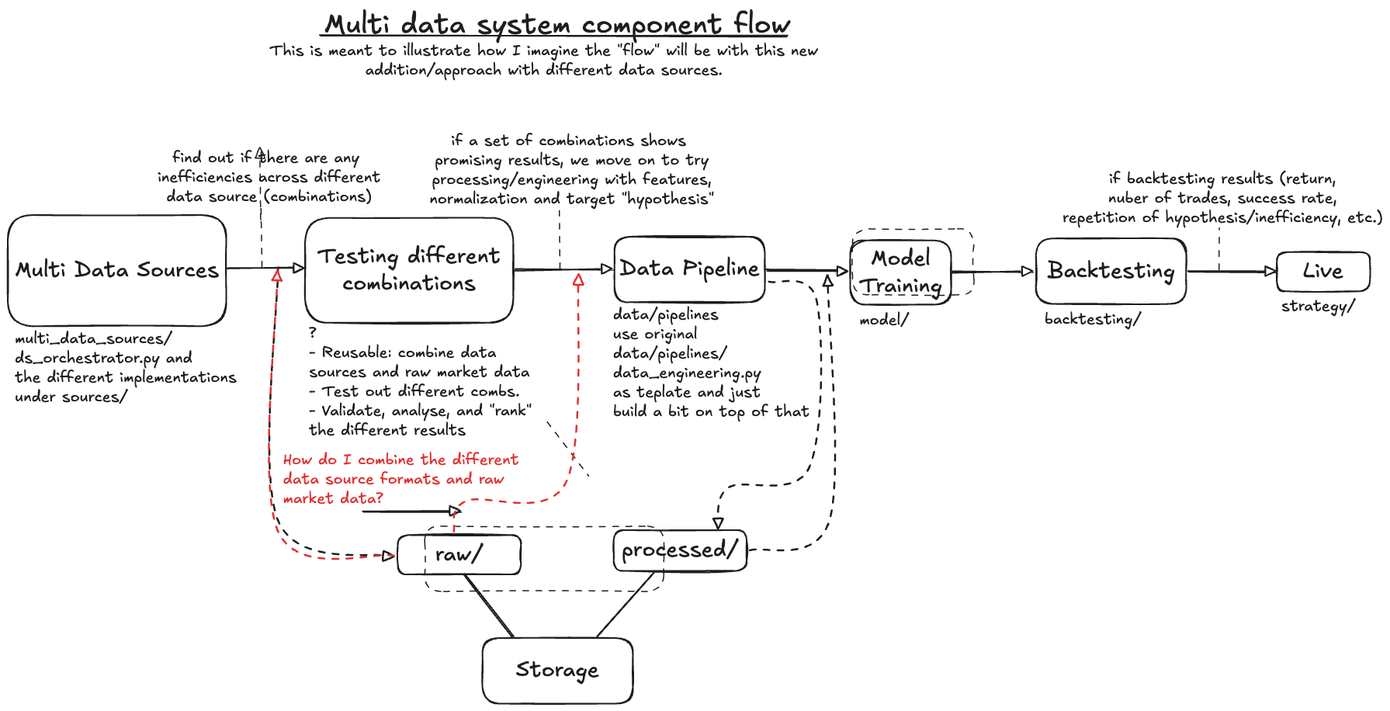
Above: excalidraw/multi_data_system_component_flow.excalidraw.png in DanielWestgaard/ml-pred (Excalidraw), before the change. Source tidied: one line per element, renumbered; positions are measured from the earlier drawing's top-left corner, leaving out a move shared by most shapes.
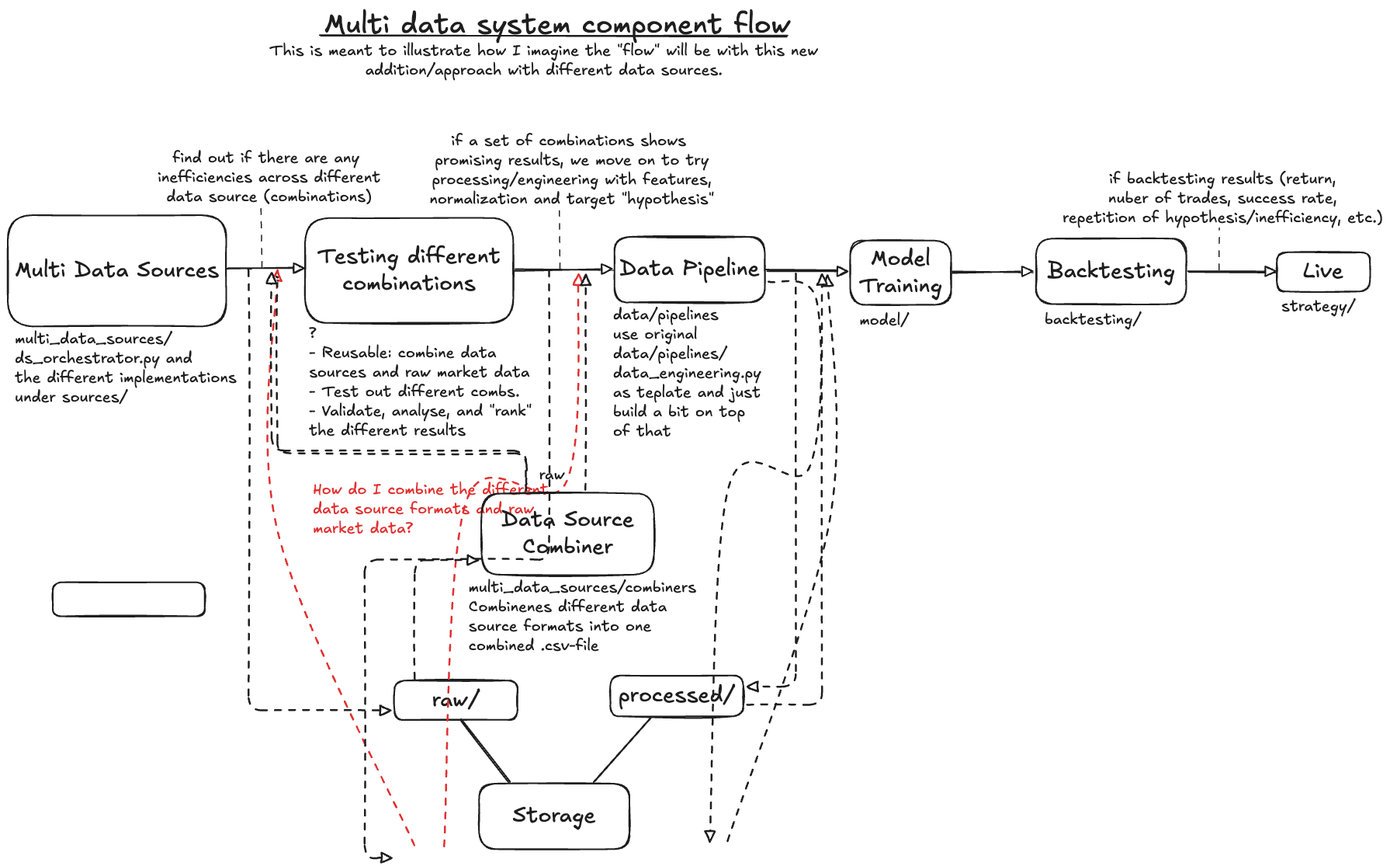
The same file after the commit.

What changed in the source:
```diff
@@ -26,20 +26,25 @@
 {"id": 25, "type": "line", "strokeColor": "#1e1e1e", "strokeWidth": 1, "strokeStyle": "dashed", "roughness": 1, "round": true, "x": 1560, "y": 338, "width": 0, "height": 56, "points": [[0, 0], [0, -56]]}
 {"id": 26, "type": "text", "text": "if backtesting results (return,\nnuber of trades, success rate,\nrepetition of hypothesis/inefficiency, etc.)", "strokeColor": "#1e1e1e", "strokeWidth": 1, "strokeStyle": "dashed", "roughness": 1, "fontSize": 20, "fontFamily": 5, "textAlign": "center", "x": 1359, "y": 208, "width": 413, "height": 75}
 {"id": 27, "type": "text", "text": "?\n- Reusable: combine data\nsources and raw market data\n- Test out different combs.\n- Validate, analyse, and \"rank\"\nthe different results ", "strokeColor": "#1e1e1e", "strokeWidth": 1, "strokeStyle": "dashed", "roughness": 1, "fontSize": 20, "fontFamily": 5, "x": 388, "y": 407, "width": 287, "height": 150}
-{"id": 28, "type": "text", "text": "data/pipelines\nuse original \ndata/pipelines/\ndata_engineering.py\nas teplate and just\nbuild a bit on top of that", "strokeColor": "#1e1e1e", "strokeWidth": 1, "strokeStyle": "dashed", "roughness": 1, "fontSize": 20, "fontFamily": 5, "x": 780, "y": 384, "width": 253, "height": 150}
+{"id": 28, "type": "text", "text": "data/pipelines\nuse original \ndata/pipelines/\ndata_engineering.py\nas teplate and just\nbuild a bit on top \nof that", "strokeColor": "#1e1e1e", "strokeWidth": 1, "strokeStyle": "dashed", "roughness": 1, "fontSize": 20, "fontFamily": 5, "x": 780, "y": 384, "width": 191, "height": 175}
 {"id": 29, "type": "text", "text": "model/", "strokeColor": "#1e1e1e", "strokeWidth": 1, "strokeStyle": "dashed", "roughness": 1, "fontSize": 20, "fontFamily": 5, "x": 1098, "y": 391, "width": 64, "height": 25}
 {"id": 30, "type": "text", "text": "backtesting/", "strokeColor": "#1e1e1e", "strokeWidth": 1, "strokeStyle": "dashed", "roughness": 1, "fontSize": 20, "fontFamily": 5, "x": 1336, "y": 389, "width": 125, "height": 25}
 {"id": 31, "type": "text", "text": "strategy/", "strokeColor": "#1e1e1e", "strokeWidth": 1, "strokeStyle": "dashed", "roughness": 1, "fontSize": 20, "fontFamily": 5, "x": 1641, "y": 372, "width": 96, "height": 25}
-{"id": 32, "type": "rectangle", "strokeColor": "#1e1e1e", "strokeWidth": 2, "roughness": 1, "round": true, "x": 612, "y": 812, "width": 194, "height": 84}
+{"id": 32, "type": "rectangle", "strokeColor": "#1e1e1e", "strokeWidth": 2, "roughness": 1, "round": true, "x": 607, "y": 999, "width": 194, "height": 84}
-{"id": 33, "type": "text", "text": "Storage", "strokeColor": "#1e1e1e", "strokeWidth": 2, "roughness": 1, "fontSize": 28, "fontFamily": 5, "textAlign": "center", "verticalAlign": "middle", "inside": 32, "x": 655, "y": 837, "width": 107, "height": 35}
+{"id": 33, "type": "text", "text": "Storage", "strokeColor": "#1e1e1e", "strokeWidth": 2, "roughness": 1, "fontSize": 28, "fontFamily": 5, "textAlign": "center", "verticalAlign": "middle", "inside": 32, "x": 651, "y": 1024, "width": 107, "height": 35}
-{"id": 34, "type": "line", "strokeColor": "#1e1e1e", "strokeWidth": 2, "roughness": 1, "round": true, "x": 651, "y": 811, "width": 63, "height": 81, "points": [[0, 0], [-63, -81]]}
+{"id": 34, "type": "line", "strokeColor": "#1e1e1e", "strokeWidth": 2, "roughness": 1, "round": true, "x": 647, "y": 998, "width": 63, "height": 81, "points": [[0, 0], [-63, -81]]}
-{"id": 35, "type": "rectangle", "strokeColor": "#1e1e1e", "strokeWidth": 2, "roughness": 1, "round": true, "x": 503, "y": 679, "width": 159, "height": 51}
+{"id": 35, "type": "rectangle", "strokeColor": "#1e1e1e", "strokeWidth": 2, "roughness": 1, "round": true, "x": 498, "y": 866, "width": 159, "height": 51}
-{"id": 36, "type": "text", "text": "raw/", "strokeColor": "#1e1e1e", "strokeWidth": 2, "roughness": 1, "fontSize": 28, "fontFamily": 5, "textAlign": "center", "verticalAlign": "middle", "inside": 35, "x": 551, "y": 687, "width": 62, "height": 35}
+{"id": 36, "type": "text", "text": "raw/", "strokeColor": "#1e1e1e", "strokeWidth": 2, "roughness": 1, "fontSize": 28, "fontFamily": 5, "textAlign": "center", "verticalAlign": "middle", "inside": 35, "x": 547, "y": 874, "width": 62, "height": 35}
-{"id": 37, "type": "line", "strokeColor": "#1e1e1e", "strokeWidth": 2, "roughness": 1, "round": true, "x": 760, "y": 810, "width": 72, "height": 82, "points": [[0, 0], [72, -82]]}
+{"id": 37, "type": "line", "strokeColor": "#1e1e1e", "strokeWidth": 2, "roughness": 1, "round": true, "x": 756, "y": 997, "width": 72, "height": 82, "points": [[0, 0], [72, -82]]}
-{"id": 38, "type": "rectangle", "strokeColor": "#1e1e1e", "strokeWidth": 2, "roughness": 1, "round": true, "x": 781, "y": 673, "width": 171, "height": 52}
+{"id": 38, "type": "rectangle", "strokeColor": "#1e1e1e", "strokeWidth": 2, "roughness": 1, "round": true, "x": 776, "y": 860, "width": 171, "height": 52}
-{"id": 39, "type": "text", "text": "processed/", "strokeColor": "#1e1e1e", "strokeWidth": 2, "roughness": 1, "fontSize": 28, "fontFamily": 5, "textAlign": "center", "verticalAlign": "middle", "inside": 38, "x": 791, "y": 682, "width": 151, "height": 35}
+{"id": 39, "type": "text", "text": "processed/", "strokeColor": "#1e1e1e", "strokeWidth": 2, "roughness": 1, "fontSize": 28, "fontFamily": 5, "textAlign": "center", "verticalAlign": "middle", "inside": 38, "x": 787, "y": 869, "width": 151, "height": 35}
-{"id": 40, "type": "text", "text": "How do I combine the different\ndata source formats and raw\nmarket data?", "strokeColor": "#e03131", "strokeWidth": 2, "strokeStyle": "dashed", "roughness": 1, "fontSize": 20, "fontFamily": 5, "x": 355, "y": 570, "width": 304, "height": 75}
-{"id": 41, "type": "arrow", "strokeColor": "#e03131", "strokeWidth": 2, "strokeStyle": "dashed", "roughness": 1, "endArrowhead": "triangle_outline", "round": true, "from": 35, "x": 498, "y": 707, "width": 151, "height": 368, "points": [[0, 0], [-150, -33], [-151, -368]]}
-{"id": 42, "type": "arrow", "strokeColor": "#e03131", "strokeWidth": 2, "strokeStyle": "dashed", "roughness": 1, "endArrowhead": "triangle_outline", "round": true, "from": 35, "x": 574, "y": 674, "width": 162, "height": 332, "points": [[0, 0], [17, -38], [144, -62], [162, -332]]}
-{"id": 43, "type": "arrow", "strokeColor": "#1e1e1e", "strokeWidth": 2, "strokeStyle": "dashed", "roughness": 1, "endArrowhead": "triangle_outline", "round": true, "from": 9, "to": 38, "x": 980, "y": 352, "width": 127, "height": 320, "points": [[0, 0], [62, 26], [53, 240], [-52, 266], [-66, 320]]}
-{"id": 44, "type": "arrow", "strokeColor": "#1e1e1e", "strokeWidth": 2, "strokeStyle": "dashed", "roughness": 1, "endArrowhead": "triangle_outline", "round": true, "from": 38, "x": 955, "y": 699, "width": 104, "height": 354, "points": [[0, 0], [104, -40], [100, -354]]}
+{"id": 45, "type": "rectangle", "strokeColor": "#1e1e1e", "strokeWidth": 2, "roughness": 1, "round": true, "x": 611, "y": 625, "width": 222, "height": 105}
+{"id": 46, "type": "text", "text": "Data Source\nCombiner", "strokeColor": "#1e1e1e", "strokeWidth": 2, "roughness": 1, "fontSize": 28, "fontFamily": 5, "textAlign": "center", "verticalAlign": "middle", "inside": 45, "x": 636, "y": 643, "width": 171, "height": 70}
+{"id": 47, "type": "text", "text": "multi_data_sources/combiners\nCombinenes different data \nsource formats into one\ncombined .csv-file", "strokeColor": "#1e1e1e", "strokeWidth": 2, "roughness": 1, "fontSize": 20, "fontFamily": 5, "x": 594, "y": 734, "width": 293, "height": 100}
+{"id": 48, "type": "arrow", "strokeColor": "#1e1e1e", "strokeWidth": 2, "strokeStyle": "dashed", "roughness": 1, "endArrowhead": "triangle_outline", "to": 35, "x": 314, "y": 336, "width": 183, "height": 569, "points": [[0, 0], [-4, 0], [-4, 569], [180, 569]]}
+{"id": 49, "type": "arrow", "strokeColor": "#1e1e1e", "strokeWidth": 2, "strokeStyle": "dashed", "roughness": 1, "endArrowhead": "triangle_outline", "from": 35, "to": 45, "x": 524, "y": 864, "width": 82, "height": 153, "points": [[0, 0], [0, -153], [82, -153]]}
+{"id": 50, "type": "arrow", "strokeColor": "#1e1e1e", "strokeWidth": 2, "strokeStyle": "dashed", "roughness": 1, "endArrowhead": "triangle_outline", "from": 45, "x": 744, "y": 621, "width": 1, "height": 277, "points": [[0, 0], [1, -277]]}
+{"id": 51, "type": "arrow", "strokeColor": "#1e1e1e", "strokeWidth": 2, "strokeStyle": "dashed", "roughness": 1, "endArrowhead": "triangle_outline", "to": 38, "x": 1015, "y": 342, "width": 62, "height": 532, "points": [[0, 0], [0, 532], [-62, 532]]}
+{"id": 52, "type": "arrow", "strokeColor": "#1e1e1e", "strokeWidth": 2, "strokeStyle": "dashed", "roughness": 1, "endArrowhead": "triangle_outline", "from": 38, "x": 953, "y": 897, "width": 97, "height": 554, "points": [[0, 0], [97, 0], [97, -554]]}
+{"id": 53, "type": "text", "text": "raw", "strokeColor": "#1e1e1e", "strokeWidth": 2, "strokeStyle": "dashed", "roughness": 1, "fontSize": 20, "fontFamily": 5, "x": 685, "y": 589, "width": 33, "height": 25}
+{"id": 54, "type": "arrow", "strokeColor": "#1e1e1e", "strokeWidth": 2, "strokeStyle": "dashed", "roughness": 1, "endArrowhead": "triangle_outline", "from": 53, "x": 668, "y": 622, "width": 328, "height": 281, "points": [[0, 0], [0, -52], [-328, -52], [-328, -281]]}
```
